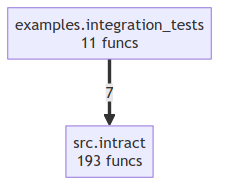
Before: project/compact_flow.png, a diagram exported from Mermaid (semcod/intract). Its source is kept beside it as project/compact_flow.mmd.
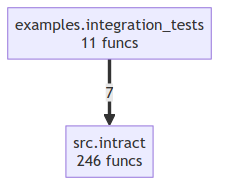
The same file after the commit.

What changed in the source:
```diff
@@ -1,4 +1,4 @@
 flowchart TD
     examples__integration_tests["examples.integration_tests<br/>11 funcs"]
-    src__intract["src.intract<br/>193 funcs"]
+    src__intract["src.intract<br/>246 funcs"]
     examples__integration_tests ==>|7| src__intract
```
